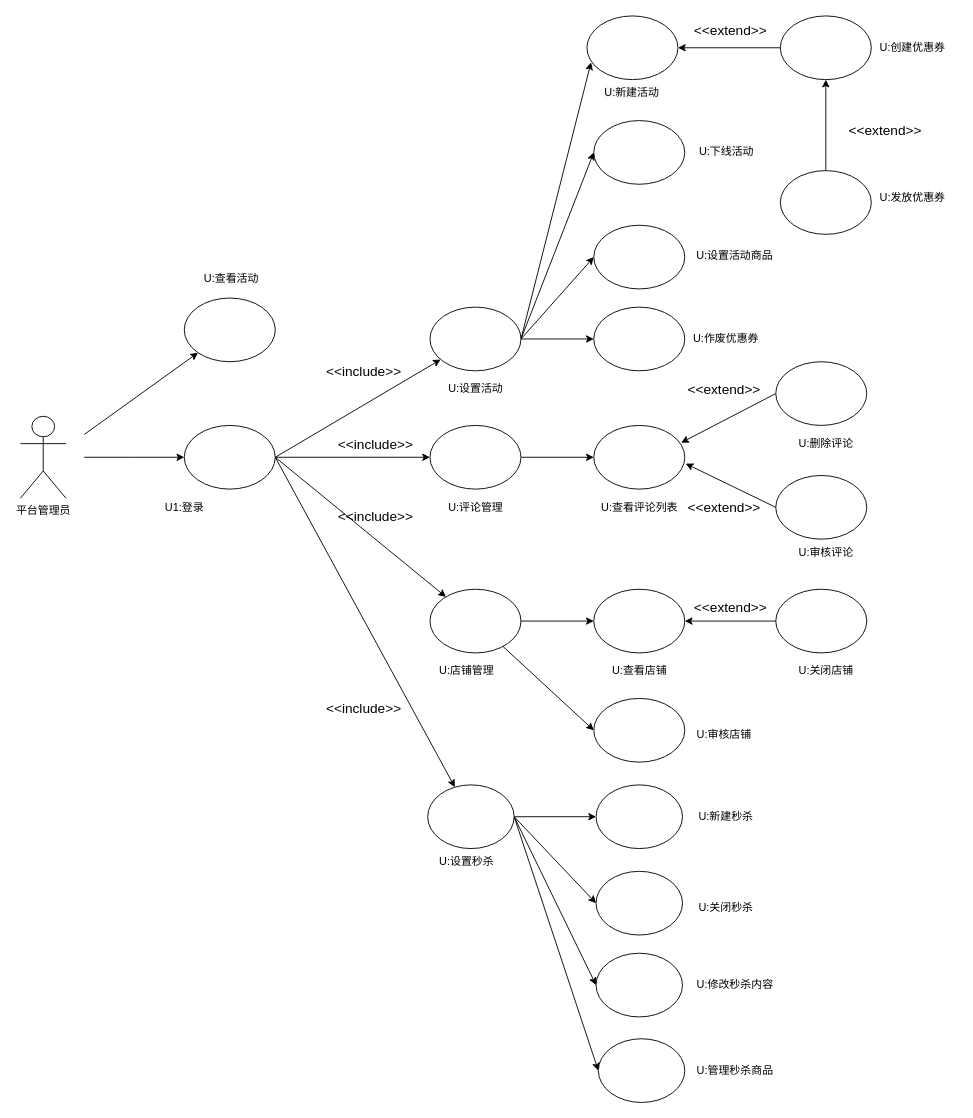
Before: 软工导论小组作业/需求建模之用例模型（商品模块-平台管理员）.drawio in app1echip/grams, a draw.io diagram. Source tidied: cells renumbered, new cells numbered last; positions are measured from the earlier drawing's top-left corner, leaving out a move shared by most shapes. Both pictures are drawn from the tidied source at 91%, with x=0, y=0 at pixel (20, 15).
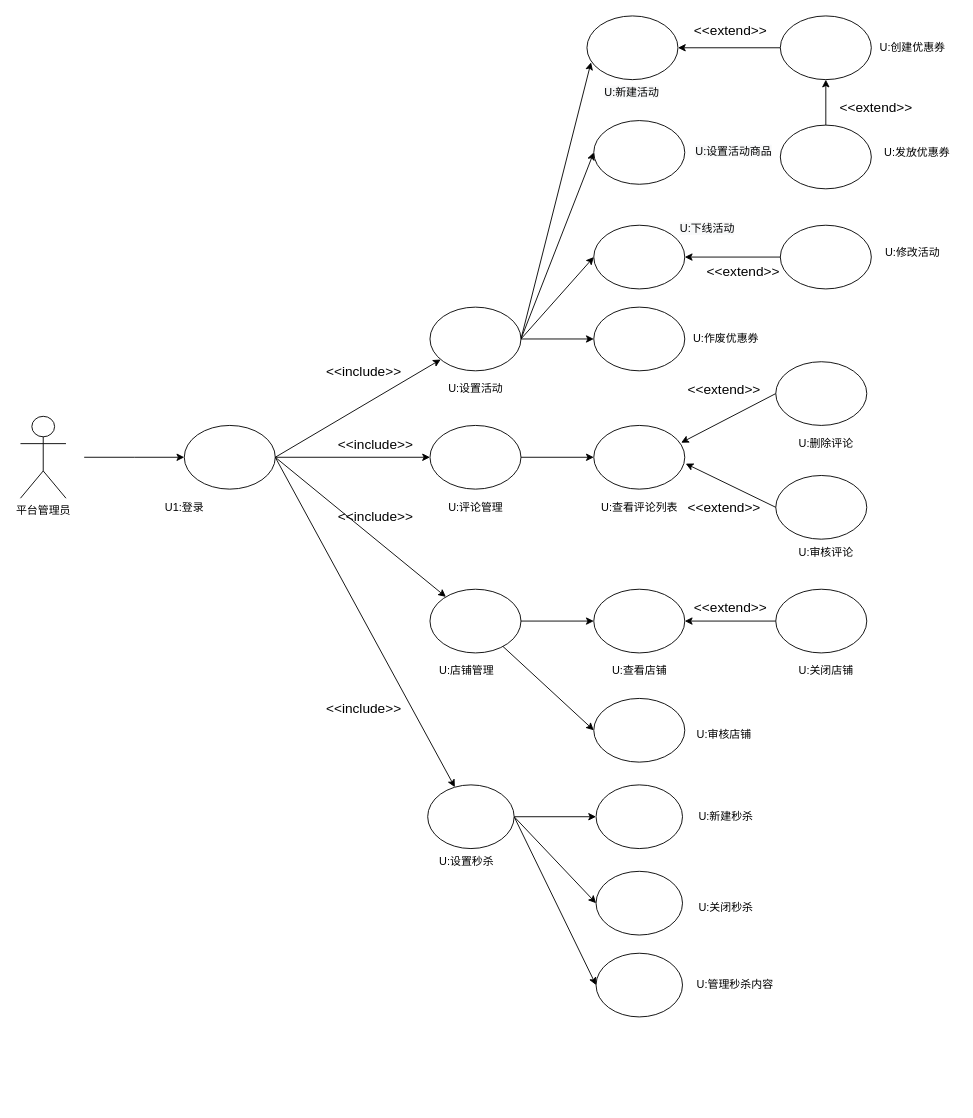
The same page after the edit.

Commit message:
Update 需求建模之用例模型（商品模块-平台管理员）.drawio

The change refers to these unchanged cells:
```xml
<mxCell id="54" style="ellipse;whiteSpace=wrap;html=1;" parent="1" vertex="1">
  <mxGeometry x="447.5" y="845" width="95" height="70" as="geometry" />
</mxCell>
<mxCell id="63" style="ellipse;whiteSpace=wrap;html=1;" parent="1" vertex="1">
  <mxGeometry x="630" y="230" width="100" height="70" as="geometry" />
</mxCell>
```

What changed in the source:
```diff
@@
     <mxCell id="6" style="ellipse;whiteSpace=wrap;html=1;" parent="1" vertex="1">
-      <mxGeometry x="835" y="170" width="100" height="70" as="geometry" />
+      <mxGeometry x="835" y="120" width="100" height="70" as="geometry" />
     </mxCell>
@@
     <mxCell id="15" value="&lt;span&gt;U:&lt;/span&gt;&lt;span&gt;发放优惠券&lt;/span&gt;" style="text;html=1;align=center;verticalAlign=middle;" parent="1" vertex="1">
-      <mxGeometry x="935" y="190" width="90" height="20" as="geometry" />
+      <mxGeometry x="940" y="140" width="90" height="20" as="geometry" />
     </mxCell>
@@
-    <mxCell id="33" value="&lt;span style=&quot;color: rgb(0 , 0 , 0) ; font-family: &amp;#34;helvetica&amp;#34; ; font-size: 12px ; font-style: normal ; font-weight: 400 ; letter-spacing: normal ; text-align: center ; text-indent: 0px ; text-transform: none ; word-spacing: 0px ; background-color: rgb(248 , 249 , 250)&quot;&gt;U:查看&lt;/span&gt;&lt;span style=&quot;color: rgb(0 , 0 , 0) ; font-family: &amp;#34;helvetica&amp;#34; ; font-size: 12px ; font-style: normal ; font-weight: 400 ; letter-spacing: normal ; text-align: center ; text-indent: 0px ; text-transform: none ; word-spacing: 0px ; background-color: rgb(248 , 249 , 250)&quot;&gt;活动&lt;/span&gt;" style="text;whiteSpace=wrap;html=1;" parent="1" vertex="1">
-      <mxGeometry x="200" y="275" width="70" height="30" as="geometry" />
-    </mxCell>
-    <mxCell id="34" style="edgeStyle=none;rounded=0;jettySize=auto;html=1;startArrow=classic;startFill=1;endArrow=none;endFill=0;" parent="1" edge="1" source="35">
-      <mxGeometry relative="1" as="geometry">
-        <mxPoint x="70" y="460" as="targetPoint" />
-      </mxGeometry>
-    </mxCell>
-    <mxCell id="35" style="ellipse;whiteSpace=wrap;html=1;" parent="1" vertex="1">
-      <mxGeometry x="180" y="310" width="100" height="70" as="geometry" />
-    </mxCell>
@@
     <mxCell id="40" value="&lt;font style=&quot;font-size: 15px&quot;&gt;&amp;lt;&amp;lt;extend&amp;gt;&amp;gt;&lt;/font&gt;" style="text;html=1;align=center;verticalAlign=middle;" parent="1" vertex="1">
-      <mxGeometry x="900" y="115" width="100" height="20" as="geometry" />
+      <mxGeometry x="890" y="90" width="100" height="20" as="geometry" />
     </mxCell>
@@
-    <mxCell id="53" style="edgeStyle=none;rounded=0;jettySize=auto;html=1;entryX=0;entryY=0.5;entryDx=0;entryDy=0;exitX=1;exitY=0.5;exitDx=0;exitDy=0;" parent="1" edge="1" source="54" target="76">
-      <mxGeometry relative="1" as="geometry" />
-    </mxCell>
@@
     <mxCell id="64" value="&lt;span style=&quot;color: rgb(0 , 0 , 0) ; font-family: &amp;#34;helvetica&amp;#34; ; font-size: 12px ; font-style: normal ; font-weight: 400 ; letter-spacing: normal ; text-align: center ; text-indent: 0px ; text-transform: none ; word-spacing: 0px ; background-color: rgb(248 , 249 , 250)&quot;&gt;U:下线&lt;/span&gt;&lt;span style=&quot;color: rgb(0 , 0 , 0) ; font-family: &amp;#34;helvetica&amp;#34; ; font-size: 12px ; font-style: normal ; font-weight: 400 ; letter-spacing: normal ; text-align: center ; text-indent: 0px ; text-transform: none ; word-spacing: 0px ; background-color: rgb(248 , 249 , 250)&quot;&gt;活动&lt;/span&gt;" style="text;whiteSpace=wrap;html=1;" parent="1" vertex="1">
-      <mxGeometry x="744" y="135" width="104" height="30" as="geometry" />
+      <mxGeometry x="723" y="220" width="104" height="30" as="geometry" />
     </mxCell>
     <mxCell id="65" value="&lt;span style=&quot;color: rgb(0 , 0 , 0) ; font-family: &amp;#34;helvetica&amp;#34; ; font-size: 12px ; font-style: normal ; font-weight: 400 ; letter-spacing: normal ; text-align: center ; text-indent: 0px ; text-transform: none ; word-spacing: 0px ; background-color: rgb(248 , 249 , 250)&quot;&gt;U:设置&lt;/span&gt;&lt;span style=&quot;color: rgb(0 , 0 , 0) ; font-family: &amp;#34;helvetica&amp;#34; ; font-size: 12px ; font-style: normal ; font-weight: 400 ; letter-spacing: normal ; text-align: center ; text-indent: 0px ; text-transform: none ; word-spacing: 0px ; background-color: rgb(248 , 249 , 250)&quot;&gt;活动商品&lt;/span&gt;" style="text;whiteSpace=wrap;html=1;" parent="1" vertex="1">
-      <mxGeometry x="741" y="250" width="104" height="30" as="geometry" />
+      <mxGeometry x="740" y="135" width="104" height="30" as="geometry" />
     </mxCell>
@@
-    <mxCell id="75" value="&lt;span&gt;U:修改秒杀内容&lt;/span&gt;" style="text;html=1;align=center;verticalAlign=middle;" parent="1" vertex="1">
-      <mxGeometry x="735" y="1055" width="100" height="20" as="geometry" />
-    </mxCell>
-    <mxCell id="76" style="ellipse;whiteSpace=wrap;html=1;" parent="1" vertex="1">
-      <mxGeometry x="635" y="1124" width="95" height="70" as="geometry" />
-    </mxCell>
-    <mxCell id="77" value="&lt;span&gt;U:管理秒杀商品&lt;/span&gt;" style="text;html=1;align=center;verticalAlign=middle;" parent="1" vertex="1">
-      <mxGeometry x="735" y="1149" width="100" height="20" as="geometry" />
+    <mxCell id="77" value="&lt;span&gt;U:管理秒杀内容&lt;/span&gt;" style="text;html=1;align=center;verticalAlign=middle;" parent="1" vertex="1">
+      <mxGeometry x="735" y="1055" width="100" height="20" as="geometry" />
     </mxCell>
+    <mxCell id="78" style="edgeStyle=none;rounded=0;jettySize=auto;html=1;entryX=1;entryY=0.5;entryDx=0;entryDy=0;" parent="1" edge="1" source="79" target="63">
+      <mxGeometry relative="1" as="geometry" />
+    </mxCell>
+    <mxCell id="79" style="ellipse;whiteSpace=wrap;html=1;" parent="1" vertex="1">
+      <mxGeometry x="835" y="230" width="100" height="70" as="geometry" />
+    </mxCell>
+    <mxCell id="80" value="&lt;span&gt;U:&lt;/span&gt;&lt;span&gt;修改活动&lt;/span&gt;" style="text;html=1;align=center;verticalAlign=middle;" parent="1" vertex="1">
+      <mxGeometry x="940" y="250" width="80" height="20" as="geometry" />
+    </mxCell>
+    <mxCell id="81" value="&lt;font style=&quot;font-size: 15px&quot;&gt;&amp;lt;&amp;lt;extend&amp;gt;&amp;gt;&lt;/font&gt;" style="text;html=1;align=center;verticalAlign=middle;" parent="1" vertex="1">
+      <mxGeometry x="744" y="270" width="100" height="20" as="geometry" />
+    </mxCell>
```
